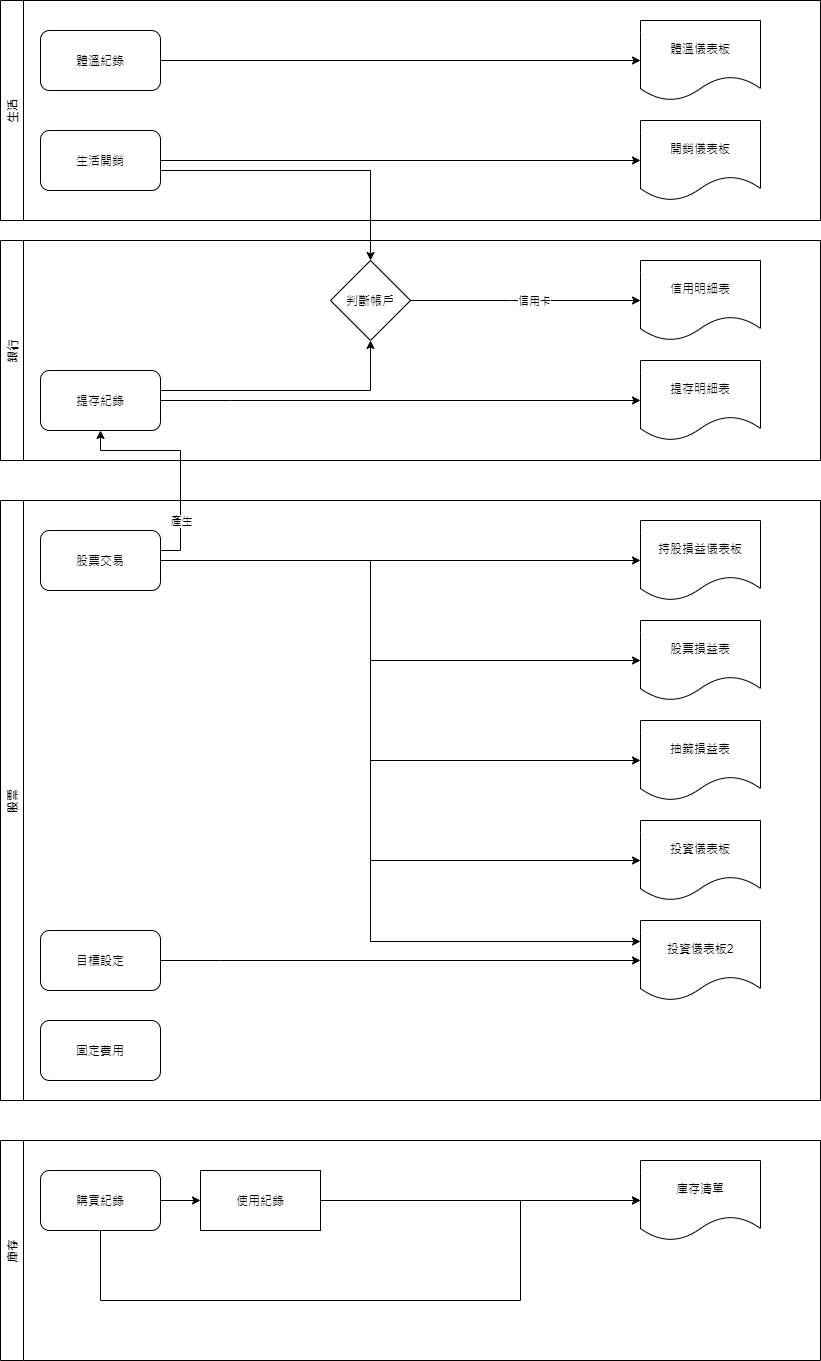
Before: doc/流程圖.png, a diagram exported from draw.io (hank770721/Home). Source tidied: cells renumbered, new cells last; positions are measured from the earlier drawing's top-left corner, leaving out a move shared by most shapes. The source it was exported from:
```xml
<mxGraphModel>
  <root>
    <mxCell id="0" />
    <mxCell id="1" parent="0" />
    <mxCell id="2" style="edgeStyle=orthogonalEdgeStyle;rounded=0;jettySize=auto;html=1;" parent="1" edge="1" source="29" target="13">
      <mxGeometry relative="1" as="geometry">
        <Array as="points">
          <mxPoint x="180" y="550" />
          <mxPoint x="180" y="450" />
          <mxPoint x="100" y="450" />
        </Array>
      </mxGeometry>
    </mxCell>
    <mxCell id="3" value="產生" style="edgeLabel;html=1;align=center;verticalAlign=middle;" parent="2" vertex="1">
      <mxGeometry x="-0.23" y="-1" relative="1" as="geometry">
        <mxPoint x="-1" y="35" as="offset" />
      </mxGeometry>
    </mxCell>
    <mxCell id="4" value="生活" style="swimlane;horizontal=0;" parent="1" vertex="1">
      <mxGeometry width="820" height="220" as="geometry" />
    </mxCell>
    <mxCell id="5" value="開銷儀表板" style="shape=document;whiteSpace=wrap;html=1;boundedLbl=1;" parent="4" vertex="1">
      <mxGeometry x="640" y="120" width="120" height="80" as="geometry" />
    </mxCell>
    <mxCell id="6" style="edgeStyle=orthogonalEdgeStyle;rounded=0;jettySize=auto;html=1;" parent="4" edge="1" source="7" target="5">
      <mxGeometry relative="1" as="geometry" />
    </mxCell>
    <mxCell id="7" value="生活開銷" style="rounded=1;whiteSpace=wrap;html=1;" parent="4" vertex="1">
      <mxGeometry x="40" y="130" width="120" height="60" as="geometry" />
    </mxCell>
    <mxCell id="8" value="體溫儀表板" style="shape=document;whiteSpace=wrap;html=1;boundedLbl=1;" parent="4" vertex="1">
      <mxGeometry x="640" y="20" width="120" height="80" as="geometry" />
    </mxCell>
    <mxCell id="9" value="體溫紀錄" style="rounded=1;whiteSpace=wrap;html=1;" parent="4" vertex="1">
      <mxGeometry x="40" y="30" width="120" height="60" as="geometry" />
    </mxCell>
    <mxCell id="10" style="edgeStyle=orthogonalEdgeStyle;rounded=0;jettySize=auto;html=1;" parent="4" edge="1" source="9">
      <mxGeometry relative="1" as="geometry">
        <mxPoint x="640" y="60" as="targetPoint" />
      </mxGeometry>
    </mxCell>
    <mxCell id="11" style="edgeStyle=orthogonalEdgeStyle;rounded=0;jettySize=auto;html=1;" parent="1" edge="1" source="7" target="17">
      <mxGeometry relative="1" as="geometry">
        <Array as="points">
          <mxPoint x="370" y="170" />
        </Array>
      </mxGeometry>
    </mxCell>
    <mxCell id="12" value="銀行" style="swimlane;horizontal=0;" parent="1" vertex="1">
      <mxGeometry y="240" width="820" height="220" as="geometry" />
    </mxCell>
    <mxCell id="13" value="提存紀錄" style="rounded=1;whiteSpace=wrap;html=1;" parent="12" vertex="1">
      <mxGeometry x="40" y="130" width="120" height="60" as="geometry" />
    </mxCell>
    <mxCell id="14" value="提存明細表" style="shape=document;whiteSpace=wrap;html=1;boundedLbl=1;" parent="12" vertex="1">
      <mxGeometry x="640" y="120" width="120" height="80" as="geometry" />
    </mxCell>
    <mxCell id="15" style="edgeStyle=orthogonalEdgeStyle;rounded=0;jettySize=auto;html=1;" parent="12" edge="1" source="13" target="14">
      <mxGeometry relative="1" as="geometry">
        <Array as="points">
          <mxPoint x="230" y="160" />
          <mxPoint x="230" y="160" />
        </Array>
      </mxGeometry>
    </mxCell>
    <mxCell id="16" value="信用明細表" style="shape=document;whiteSpace=wrap;html=1;boundedLbl=1;" parent="12" vertex="1">
      <mxGeometry x="640" y="20" width="120" height="80" as="geometry" />
    </mxCell>
    <mxCell id="17" value="判斷帳戶" style="rhombus;whiteSpace=wrap;html=1;" parent="12" vertex="1">
      <mxGeometry x="330" y="20" width="80" height="80" as="geometry" />
    </mxCell>
    <mxCell id="18" style="edgeStyle=orthogonalEdgeStyle;rounded=0;jettySize=auto;html=1;" parent="12" edge="1" source="17" target="16">
      <mxGeometry relative="1" as="geometry">
        <Array as="points">
          <mxPoint x="510" y="60" />
          <mxPoint x="510" y="60" />
        </Array>
      </mxGeometry>
    </mxCell>
    <mxCell id="19" value="信用卡" style="edgeLabel;html=1;align=center;verticalAlign=middle;" parent="18" vertex="1">
      <mxGeometry x="-0.49" y="2" relative="1" as="geometry">
        <mxPoint x="64" y="2" as="offset" />
      </mxGeometry>
    </mxCell>
    <mxCell id="20" style="edgeStyle=orthogonalEdgeStyle;rounded=0;jettySize=auto;html=1;" parent="12" edge="1" source="13" target="17">
      <mxGeometry relative="1" as="geometry">
        <Array as="points">
          <mxPoint x="370" y="150" />
        </Array>
      </mxGeometry>
    </mxCell>
    <mxCell id="21" value="庫存" style="swimlane;horizontal=0;" parent="1" vertex="1">
      <mxGeometry y="1140" width="820" height="220" as="geometry" />
    </mxCell>
    <mxCell id="22" value="購買紀錄" style="rounded=1;whiteSpace=wrap;html=1;" parent="21" vertex="1">
      <mxGeometry x="40" y="30" width="120" height="60" as="geometry" />
    </mxCell>
    <mxCell id="23" value="使用紀錄" style="rounded=0;whiteSpace=wrap;html=1;" parent="21" vertex="1">
      <mxGeometry x="200" y="30" width="120" height="60" as="geometry" />
    </mxCell>
    <mxCell id="24" style="edgeStyle=orthogonalEdgeStyle;rounded=0;jettySize=auto;html=1;" parent="21" edge="1" source="22" target="23">
      <mxGeometry relative="1" as="geometry" />
    </mxCell>
    <mxCell id="25" value="庫存清單" style="shape=document;whiteSpace=wrap;html=1;boundedLbl=1;" parent="21" vertex="1">
      <mxGeometry x="640" y="20" width="120" height="80" as="geometry" />
    </mxCell>
    <mxCell id="26" style="edgeStyle=orthogonalEdgeStyle;rounded=0;jettySize=auto;html=1;" parent="21" edge="1" source="22" target="25">
      <mxGeometry relative="1" as="geometry">
        <Array as="points">
          <mxPoint x="100" y="160" />
          <mxPoint x="520" y="160" />
          <mxPoint x="520" y="60" />
        </Array>
      </mxGeometry>
    </mxCell>
    <mxCell id="27" style="edgeStyle=orthogonalEdgeStyle;rounded=0;jettySize=auto;html=1;" parent="21" edge="1" source="23" target="25">
      <mxGeometry relative="1" as="geometry" />
    </mxCell>
    <mxCell id="28" value="股票" style="swimlane;horizontal=0;" parent="1" vertex="1">
      <mxGeometry y="500" width="820" height="600" as="geometry" />
    </mxCell>
    <mxCell id="29" value="股票交易" style="rounded=1;whiteSpace=wrap;html=1;" parent="28" vertex="1">
      <mxGeometry x="40" y="30" width="120" height="60" as="geometry" />
    </mxCell>
    <mxCell id="30" value="持股損益儀表板" style="shape=document;whiteSpace=wrap;html=1;boundedLbl=1;" parent="28" vertex="1">
      <mxGeometry x="640" y="20" width="120" height="80" as="geometry" />
    </mxCell>
    <mxCell id="31" style="edgeStyle=orthogonalEdgeStyle;rounded=0;jettySize=auto;html=1;" parent="28" edge="1" source="29" target="30">
      <mxGeometry relative="1" as="geometry" />
    </mxCell>
    <mxCell id="32" value="股票損益表" style="shape=document;whiteSpace=wrap;html=1;boundedLbl=1;" parent="28" vertex="1">
      <mxGeometry x="640" y="120" width="120" height="80" as="geometry" />
    </mxCell>
    <mxCell id="33" style="edgeStyle=orthogonalEdgeStyle;rounded=0;jettySize=auto;html=1;" parent="28" edge="1" source="29" target="32">
      <mxGeometry relative="1" as="geometry">
        <Array as="points">
          <mxPoint x="370" y="60" />
          <mxPoint x="370" y="160" />
        </Array>
      </mxGeometry>
    </mxCell>
    <mxCell id="34" value="抽籤損益表" style="shape=document;whiteSpace=wrap;html=1;boundedLbl=1;" parent="28" vertex="1">
      <mxGeometry x="640" y="220" width="120" height="80" as="geometry" />
    </mxCell>
    <mxCell id="35" style="edgeStyle=orthogonalEdgeStyle;rounded=0;jettySize=auto;html=1;" parent="28" edge="1" source="29" target="34">
      <mxGeometry relative="1" as="geometry">
        <Array as="points">
          <mxPoint x="370" y="60" />
          <mxPoint x="370" y="260" />
        </Array>
      </mxGeometry>
    </mxCell>
    <mxCell id="36" value="目標設定" style="rounded=1;whiteSpace=wrap;html=1;" parent="28" vertex="1">
      <mxGeometry x="40" y="430" width="120" height="60" as="geometry" />
    </mxCell>
    <mxCell id="37" value="投資儀表板" style="shape=document;whiteSpace=wrap;html=1;boundedLbl=1;" parent="28" vertex="1">
      <mxGeometry x="640" y="320" width="120" height="80" as="geometry" />
    </mxCell>
    <mxCell id="38" style="edgeStyle=orthogonalEdgeStyle;rounded=0;jettySize=auto;html=1;" parent="28" edge="1" source="29" target="37">
      <mxGeometry relative="1" as="geometry">
        <Array as="points">
          <mxPoint x="370" y="60" />
          <mxPoint x="370" y="360" />
        </Array>
      </mxGeometry>
    </mxCell>
    <mxCell id="39" value="&lt;span&gt;投資儀表板2&lt;/span&gt;" style="shape=document;whiteSpace=wrap;html=1;boundedLbl=1;" parent="28" vertex="1">
      <mxGeometry x="640" y="420" width="120" height="80" as="geometry" />
    </mxCell>
    <mxCell id="40" style="edgeStyle=orthogonalEdgeStyle;rounded=0;jettySize=auto;html=1;" parent="28" edge="1" source="29" target="39">
      <mxGeometry relative="1" as="geometry">
        <Array as="points">
          <mxPoint x="370" y="60" />
          <mxPoint x="370" y="441" />
        </Array>
      </mxGeometry>
    </mxCell>
    <mxCell id="41" style="edgeStyle=orthogonalEdgeStyle;rounded=0;jettySize=auto;html=1;" parent="28" edge="1" source="36" target="39">
      <mxGeometry relative="1" as="geometry">
        <Array as="points">
          <mxPoint x="220" y="460" />
          <mxPoint x="220" y="460" />
        </Array>
      </mxGeometry>
    </mxCell>
    <mxCell id="42" value="固定費用" style="rounded=1;whiteSpace=wrap;html=1;" parent="28" vertex="1">
      <mxGeometry x="40" y="520" width="120" height="60" as="geometry" />
    </mxCell>
  </root>
</mxGraphModel>
```
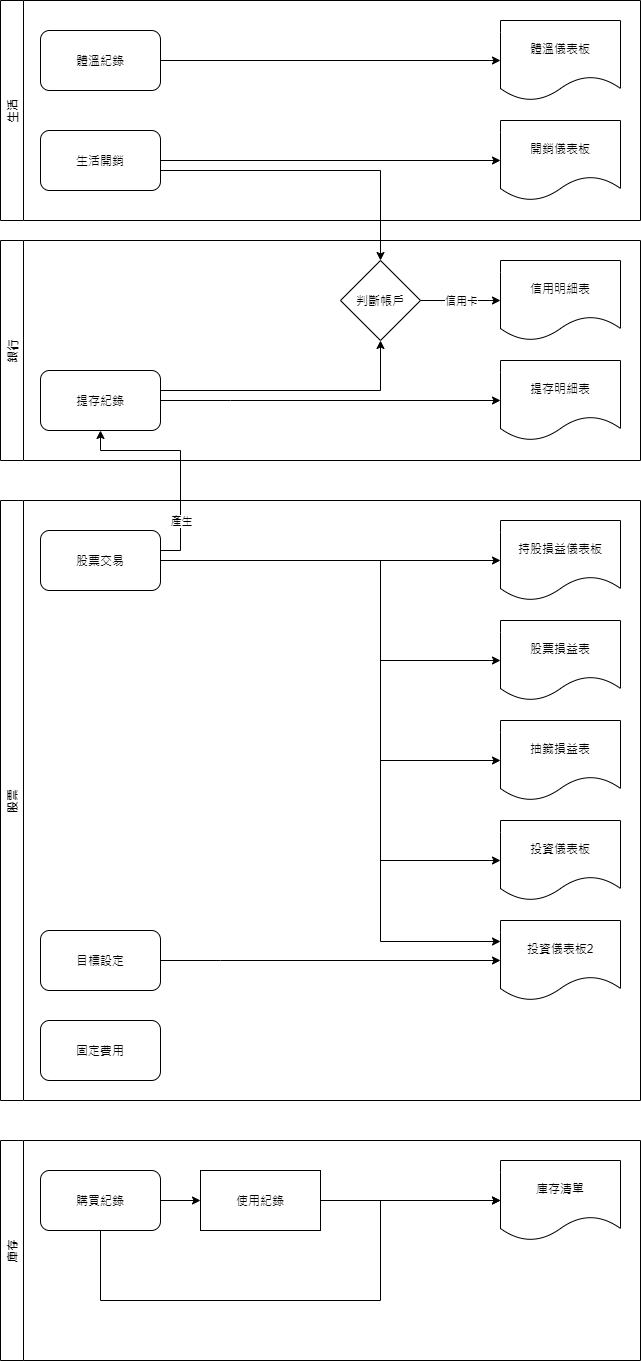
After the change.

Commit message:
更新流程圖

What changed in the source:
```diff
@@ -17,10 +17,10 @@
       </mxGeometry>
     </mxCell>
     <mxCell id="4" value="生活" style="swimlane;horizontal=0;" parent="1" vertex="1">
-      <mxGeometry width="820" height="220" as="geometry" />
+      <mxGeometry width="640" height="220" as="geometry" />
     </mxCell>
     <mxCell id="5" value="開銷儀表板" style="shape=document;whiteSpace=wrap;html=1;boundedLbl=1;" parent="4" vertex="1">
-      <mxGeometry x="640" y="120" width="120" height="80" as="geometry" />
+      <mxGeometry x="500" y="120" width="120" height="80" as="geometry" />
     </mxCell>
     <mxCell id="6" style="edgeStyle=orthogonalEdgeStyle;rounded=0;jettySize=auto;html=1;" parent="4" edge="1" source="7" target="5">
       <mxGeometry relative="1" as="geometry" />
@@ -29,31 +29,29 @@
       <mxGeometry x="40" y="130" width="120" height="60" as="geometry" />
     </mxCell>
     <mxCell id="8" value="體溫儀表板" style="shape=document;whiteSpace=wrap;html=1;boundedLbl=1;" parent="4" vertex="1">
-      <mxGeometry x="640" y="20" width="120" height="80" as="geometry" />
+      <mxGeometry x="500" y="20" width="120" height="80" as="geometry" />
     </mxCell>
     <mxCell id="9" value="體溫紀錄" style="rounded=1;whiteSpace=wrap;html=1;" parent="4" vertex="1">
       <mxGeometry x="40" y="30" width="120" height="60" as="geometry" />
     </mxCell>
-    <mxCell id="10" style="edgeStyle=orthogonalEdgeStyle;rounded=0;jettySize=auto;html=1;" parent="4" edge="1" source="9">
-      <mxGeometry relative="1" as="geometry">
-        <mxPoint x="640" y="60" as="targetPoint" />
-      </mxGeometry>
+    <mxCell id="10" style="edgeStyle=orthogonalEdgeStyle;rounded=0;jettySize=auto;html=1;" parent="4" edge="1" source="9" target="8">
+      <mxGeometry relative="1" as="geometry" />
     </mxCell>
     <mxCell id="11" style="edgeStyle=orthogonalEdgeStyle;rounded=0;jettySize=auto;html=1;" parent="1" edge="1" source="7" target="17">
       <mxGeometry relative="1" as="geometry">
         <Array as="points">
-          <mxPoint x="370" y="170" />
+          <mxPoint x="380" y="170" />
         </Array>
       </mxGeometry>
     </mxCell>
     <mxCell id="12" value="銀行" style="swimlane;horizontal=0;" parent="1" vertex="1">
-      <mxGeometry y="240" width="820" height="220" as="geometry" />
+      <mxGeometry y="240" width="640" height="220" as="geometry" />
     </mxCell>
     <mxCell id="13" value="提存紀錄" style="rounded=1;whiteSpace=wrap;html=1;" parent="12" vertex="1">
       <mxGeometry x="40" y="130" width="120" height="60" as="geometry" />
     </mxCell>
     <mxCell id="14" value="提存明細表" style="shape=document;whiteSpace=wrap;html=1;boundedLbl=1;" parent="12" vertex="1">
-      <mxGeometry x="640" y="120" width="120" height="80" as="geometry" />
+      <mxGeometry x="500" y="120" width="120" height="80" as="geometry" />
     </mxCell>
     <mxCell id="15" style="edgeStyle=orthogonalEdgeStyle;rounded=0;jettySize=auto;html=1;" parent="12" edge="1" source="13" target="14">
       <mxGeometry relative="1" as="geometry">
@@ -64,10 +62,10 @@
       </mxGeometry>
     </mxCell>
     <mxCell id="16" value="信用明細表" style="shape=document;whiteSpace=wrap;html=1;boundedLbl=1;" parent="12" vertex="1">
-      <mxGeometry x="640" y="20" width="120" height="80" as="geometry" />
+      <mxGeometry x="500" y="20" width="120" height="80" as="geometry" />
     </mxCell>
     <mxCell id="17" value="判斷帳戶" style="rhombus;whiteSpace=wrap;html=1;" parent="12" vertex="1">
-      <mxGeometry x="330" y="20" width="80" height="80" as="geometry" />
+      <mxGeometry x="340" y="20" width="80" height="80" as="geometry" />
     </mxCell>
     <mxCell id="18" style="edgeStyle=orthogonalEdgeStyle;rounded=0;jettySize=auto;html=1;" parent="12" edge="1" source="17" target="16">
       <mxGeometry relative="1" as="geometry">
@@ -79,18 +77,18 @@
     </mxCell>
     <mxCell id="19" value="信用卡" style="edgeLabel;html=1;align=center;verticalAlign=middle;" parent="18" vertex="1">
       <mxGeometry x="-0.49" y="2" relative="1" as="geometry">
-        <mxPoint x="64" y="2" as="offset" />
+        <mxPoint x="20" y="2" as="offset" />
       </mxGeometry>
     </mxCell>
     <mxCell id="20" style="edgeStyle=orthogonalEdgeStyle;rounded=0;jettySize=auto;html=1;" parent="12" edge="1" source="13" target="17">
       <mxGeometry relative="1" as="geometry">
         <Array as="points">
-          <mxPoint x="370" y="150" />
+          <mxPoint x="380" y="150" />
         </Array>
       </mxGeometry>
     </mxCell>
     <mxCell id="21" value="庫存" style="swimlane;horizontal=0;" parent="1" vertex="1">
-      <mxGeometry y="1140" width="820" height="220" as="geometry" />
+      <mxGeometry y="1140" width="640" height="220" as="geometry" />
     </mxCell>
     <mxCell id="22" value="購買紀錄" style="rounded=1;whiteSpace=wrap;html=1;" parent="21" vertex="1">
       <mxGeometry x="40" y="30" width="120" height="60" as="geometry" />
@@ -102,14 +100,14 @@
       <mxGeometry relative="1" as="geometry" />
     </mxCell>
     <mxCell id="25" value="庫存清單" style="shape=document;whiteSpace=wrap;html=1;boundedLbl=1;" parent="21" vertex="1">
-      <mxGeometry x="640" y="20" width="120" height="80" as="geometry" />
+      <mxGeometry x="500" y="20" width="120" height="80" as="geometry" />
     </mxCell>
     <mxCell id="26" style="edgeStyle=orthogonalEdgeStyle;rounded=0;jettySize=auto;html=1;" parent="21" edge="1" source="22" target="25">
       <mxGeometry relative="1" as="geometry">
         <Array as="points">
           <mxPoint x="100" y="160" />
-          <mxPoint x="520" y="160" />
-          <mxPoint x="520" y="60" />
+          <mxPoint x="380" y="160" />
+          <mxPoint x="380" y="60" />
         </Array>
       </mxGeometry>
     </mxCell>
@@ -117,36 +115,36 @@
       <mxGeometry relative="1" as="geometry" />
     </mxCell>
     <mxCell id="28" value="股票" style="swimlane;horizontal=0;" parent="1" vertex="1">
-      <mxGeometry y="500" width="820" height="600" as="geometry" />
+      <mxGeometry y="500" width="640" height="600" as="geometry" />
     </mxCell>
     <mxCell id="29" value="股票交易" style="rounded=1;whiteSpace=wrap;html=1;" parent="28" vertex="1">
       <mxGeometry x="40" y="30" width="120" height="60" as="geometry" />
     </mxCell>
     <mxCell id="30" value="持股損益儀表板" style="shape=document;whiteSpace=wrap;html=1;boundedLbl=1;" parent="28" vertex="1">
-      <mxGeometry x="640" y="20" width="120" height="80" as="geometry" />
+      <mxGeometry x="500" y="20" width="120" height="80" as="geometry" />
     </mxCell>
     <mxCell id="31" style="edgeStyle=orthogonalEdgeStyle;rounded=0;jettySize=auto;html=1;" parent="28" edge="1" source="29" target="30">
       <mxGeometry relative="1" as="geometry" />
     </mxCell>
     <mxCell id="32" value="股票損益表" style="shape=document;whiteSpace=wrap;html=1;boundedLbl=1;" parent="28" vertex="1">
-      <mxGeometry x="640" y="120" width="120" height="80" as="geometry" />
+      <mxGeometry x="500" y="120" width="120" height="80" as="geometry" />
     </mxCell>
     <mxCell id="33" style="edgeStyle=orthogonalEdgeStyle;rounded=0;jettySize=auto;html=1;" parent="28" edge="1" source="29" target="32">
       <mxGeometry relative="1" as="geometry">
         <Array as="points">
-          <mxPoint x="370" y="60" />
-          <mxPoint x="370" y="160" />
+          <mxPoint x="380" y="60" />
+          <mxPoint x="380" y="160" />
         </Array>
       </mxGeometry>
     </mxCell>
     <mxCell id="34" value="抽籤損益表" style="shape=document;whiteSpace=wrap;html=1;boundedLbl=1;" parent="28" vertex="1">
-      <mxGeometry x="640" y="220" width="120" height="80" as="geometry" />
+      <mxGeometry x="500" y="220" width="120" height="80" as="geometry" />
     </mxCell>
     <mxCell id="35" style="edgeStyle=orthogonalEdgeStyle;rounded=0;jettySize=auto;html=1;" parent="28" edge="1" source="29" target="34">
       <mxGeometry relative="1" as="geometry">
         <Array as="points">
-          <mxPoint x="370" y="60" />
-          <mxPoint x="370" y="260" />
+          <mxPoint x="380" y="60" />
+          <mxPoint x="380" y="260" />
         </Array>
       </mxGeometry>
     </mxCell>
@@ -154,24 +152,24 @@
       <mxGeometry x="40" y="430" width="120" height="60" as="geometry" />
     </mxCell>
     <mxCell id="37" value="投資儀表板" style="shape=document;whiteSpace=wrap;html=1;boundedLbl=1;" parent="28" vertex="1">
-      <mxGeometry x="640" y="320" width="120" height="80" as="geometry" />
+      <mxGeometry x="500" y="320" width="120" height="80" as="geometry" />
     </mxCell>
     <mxCell id="38" style="edgeStyle=orthogonalEdgeStyle;rounded=0;jettySize=auto;html=1;" parent="28" edge="1" source="29" target="37">
       <mxGeometry relative="1" as="geometry">
         <Array as="points">
-          <mxPoint x="370" y="60" />
-          <mxPoint x="370" y="360" />
+          <mxPoint x="380" y="60" />
+          <mxPoint x="380" y="360" />
         </Array>
       </mxGeometry>
     </mxCell>
     <mxCell id="39" value="&lt;span&gt;投資儀表板2&lt;/span&gt;" style="shape=document;whiteSpace=wrap;html=1;boundedLbl=1;" parent="28" vertex="1">
-      <mxGeometry x="640" y="420" width="120" height="80" as="geometry" />
+      <mxGeometry x="500" y="420" width="120" height="80" as="geometry" />
     </mxCell>
     <mxCell id="40" style="edgeStyle=orthogonalEdgeStyle;rounded=0;jettySize=auto;html=1;" parent="28" edge="1" source="29" target="39">
       <mxGeometry relative="1" as="geometry">
         <Array as="points">
-          <mxPoint x="370" y="60" />
-          <mxPoint x="370" y="441" />
+          <mxPoint x="380" y="60" />
+          <mxPoint x="380" y="441" />
         </Array>
       </mxGeometry>
     </mxCell>
```
